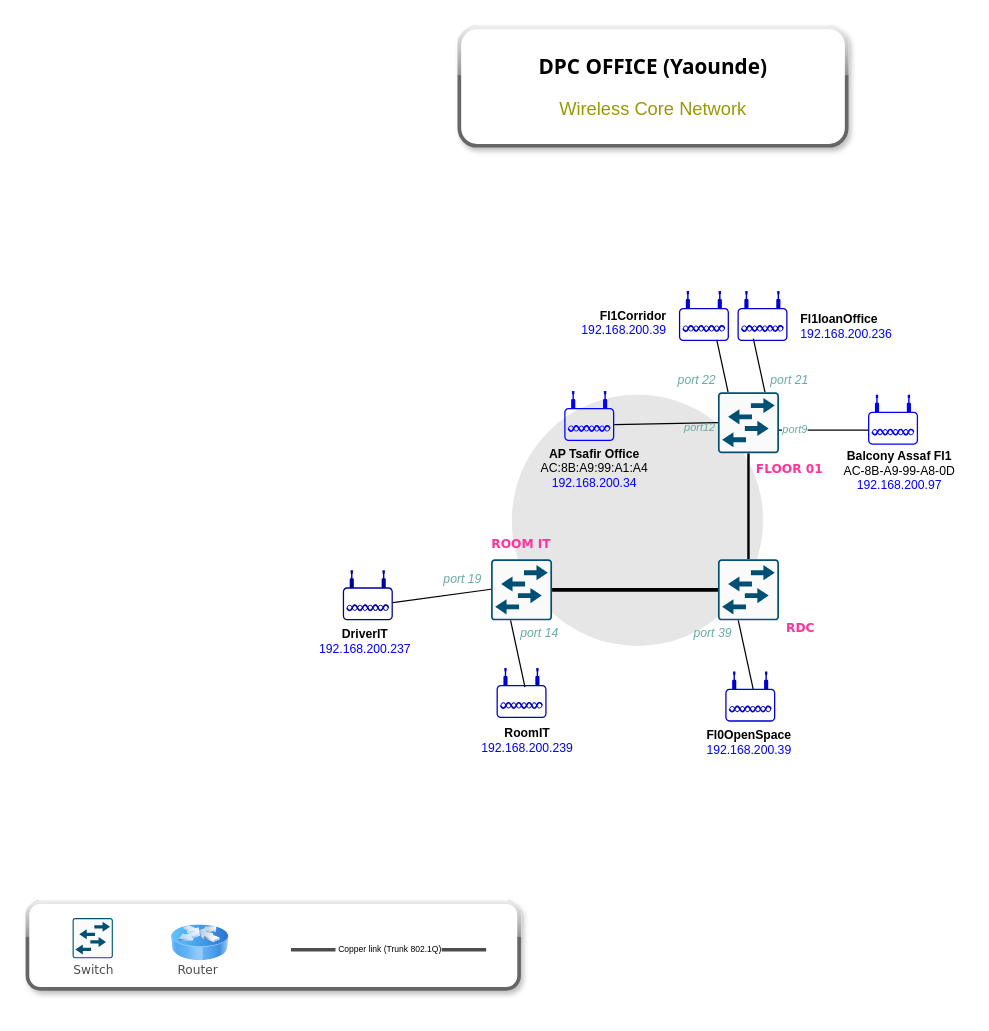
tetndoh/eshop keeps this draw.io diagram as page "Wireless_Dist" (3 of 4) of DPC Network Diagram.drawio. Above is the earlier version. Source tidied: cells renumbered, new cells numbered last; positions are measured from the earlier drawing's top-left corner, leaving out a move shared by most shapes. Both pictures are drawn from the tidied source at 122%, with x=0, y=0 at pixel (27, 27).
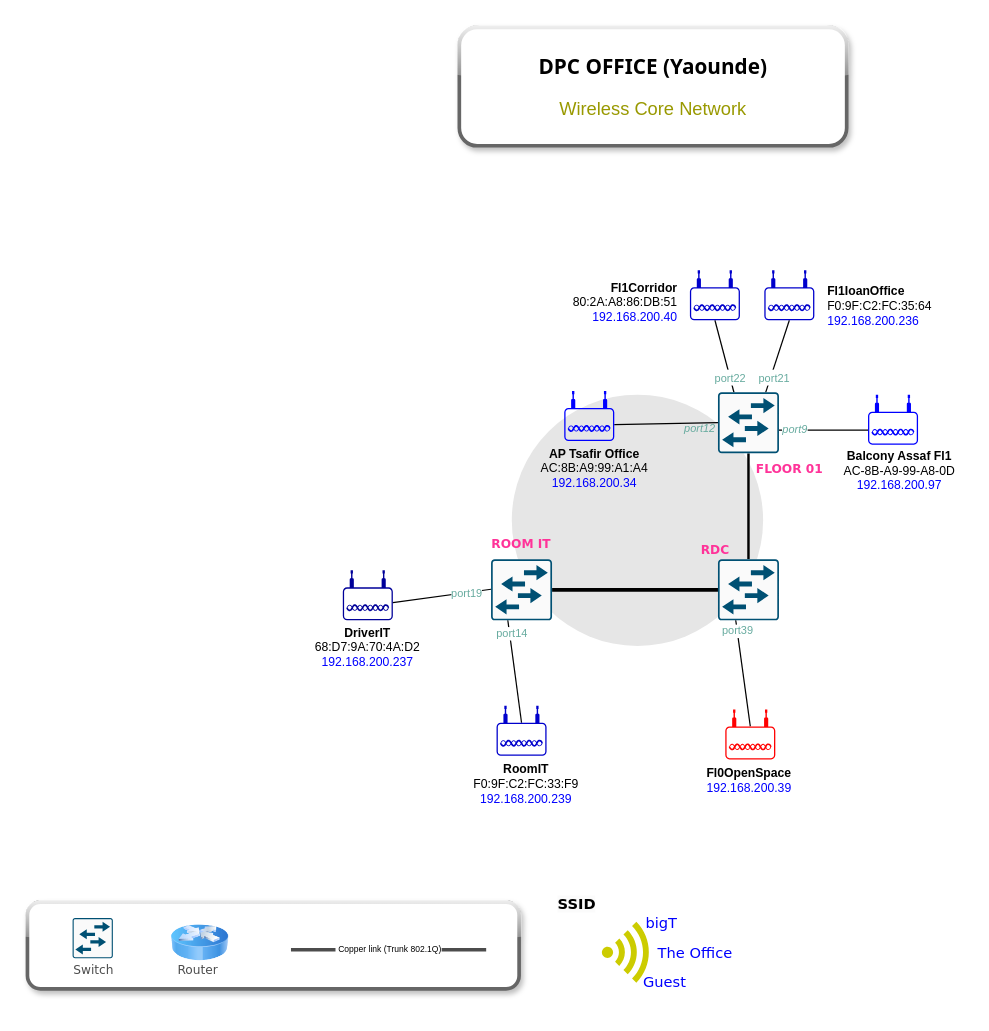
Above is the later version.

The change refers to these unchanged cells:
```xml
<mxCell id="29" style="points=[[0.015,0.015,0],[0.985,0.015,0],[0.985,0.985,0],[0.015,0.985,0],[0.25,0,0],[0.5,0,0],[0.75,0,0],[1,0.25,0],[1,0.5,0],[1,0.75,0],[0.75,1,0],[0.5,1,0],[0.25,1,0],[0,0.75,0],[0,0.5,0],[0,0.25,0]];verticalLabelPosition=bottom;html=1;verticalAlign=top;align=center;shape=mxgraph.cisco19.rect;prIcon=workgroup_switch;fillColor=#FAFAFA;strokeColor=#005073;rounded=1;" parent="1" vertex="1">
  <mxGeometry x="566" y="299" width="50" height="50" as="geometry" />
</mxCell>
<mxCell id="36" style="edgeStyle=none;rounded=1;orthogonalLoop=1;jettySize=auto;html=1;exitX=1;exitY=0.67;exitDx=0;exitDy=0;exitPerimeter=0;entryX=1;entryY=0.5;entryDx=0;entryDy=0;entryPerimeter=0;endArrow=none;endFill=0;" parent="1" edge="1">
  <mxGeometry relative="1" as="geometry">
    <mxPoint x="299.5" y="471.5" as="sourcePoint" />
    <mxPoint x="380" y="460.5" as="targetPoint" />
  </mxGeometry>
</mxCell>
<mxCell id="41" style="edgeStyle=none;rounded=1;jettySize=auto;html=1;exitX=0;exitY=0.5;exitDx=0;exitDy=0;exitPerimeter=0;endArrow=none;endFill=0;entryX=1;entryY=0.67;entryDx=0;entryDy=0;entryPerimeter=0;" parent="1" edge="1" source="29" target="47">
  <mxGeometry relative="1" as="geometry" />
</mxCell>
```

What changed in the source:
```diff
@@
-    <mxCell id="11" style="edgeStyle=none;rounded=1;orthogonalLoop=1;jettySize=auto;html=1;exitX=0;exitY=0.5;exitDx=0;exitDy=0;exitPerimeter=0;entryX=0.569;entryY=0.699;entryDx=0;entryDy=0;entryPerimeter=0;endArrow=none;endFill=0;" parent="1" edge="1">
-      <mxGeometry relative="1" as="geometry">
-        <mxPoint x="595" y="255" as="sourcePoint" />
-        <mxPoint x="613" y="338" as="targetPoint" />
-      </mxGeometry>
+    <mxCell id="11" style="edgeStyle=none;rounded=1;jettySize=auto;html=1;exitX=0.5;exitY=1;exitDx=0;exitDy=0;exitPerimeter=0;entryX=0.612;entryY=0.522;entryDx=0;entryDy=0;entryPerimeter=0;endArrow=none;endFill=0;" parent="1" edge="1" source="21" target="29">
+      <mxGeometry relative="1" as="geometry" />
     </mxCell>
+    <mxCell id="49" value="&lt;font style=&quot;font-size: 9px; color: rgb(103, 171, 159);&quot;&gt;port21&lt;/font&gt;" style="edgeLabel;html=1;align=center;verticalAlign=middle;" parent="11" vertex="1">
+      <mxGeometry x="-0.04" y="1" relative="1" as="geometry">
+        <mxPoint x="-1" y="5" as="offset" />
+      </mxGeometry>
+    </mxCell>
-    <mxCell id="12" style="edgeStyle=none;rounded=1;orthogonalLoop=1;jettySize=auto;html=1;exitX=0;exitY=0.5;exitDx=0;exitDy=0;exitPerimeter=0;entryX=0.569;entryY=0.699;entryDx=0;entryDy=0;entryPerimeter=0;endArrow=none;endFill=0;" parent="1" edge="1">
-      <mxGeometry relative="1" as="geometry">
-        <mxPoint x="565" y="256" as="sourcePoint" />
-        <mxPoint x="583" y="339" as="targetPoint" />
-      </mxGeometry>
+    <mxCell id="12" style="edgeStyle=none;rounded=1;jettySize=auto;html=1;exitX=0.5;exitY=1;exitDx=0;exitDy=0;exitPerimeter=0;entryX=0.366;entryY=0.398;entryDx=0;entryDy=0;entryPerimeter=0;endArrow=none;endFill=0;" parent="1" edge="1" source="22" target="29">
+      <mxGeometry relative="1" as="geometry" />
     </mxCell>
+    <mxCell id="50" value="&lt;font style=&quot;font-size: 9px; color: rgb(103, 171, 159);&quot;&gt;port22&lt;/font&gt;" style="edgeLabel;html=1;align=center;verticalAlign=middle;" parent="12" vertex="1">
+      <mxGeometry x="-0.02" y="1" relative="1" as="geometry">
+        <mxPoint x="1" y="8" as="offset" />
+      </mxGeometry>
+    </mxCell>
-    <mxCell id="13" style="edgeStyle=none;rounded=1;orthogonalLoop=1;jettySize=auto;html=1;exitX=0;exitY=0.5;exitDx=0;exitDy=0;exitPerimeter=0;entryX=0.569;entryY=0.699;entryDx=0;entryDy=0;entryPerimeter=0;endArrow=none;endFill=0;" parent="1" edge="1">
+    <mxCell id="13" style="edgeStyle=none;rounded=1;jettySize=auto;html=1;exitX=0;exitY=0.5;exitDx=0;exitDy=0;exitPerimeter=0;entryX=0.5;entryY=0.34;entryDx=0;entryDy=0;entryPerimeter=0;endArrow=none;endFill=0;" parent="1" edge="1" target="19">
       <mxGeometry relative="1" as="geometry">
         <mxPoint x="577" y="460" as="sourcePoint" />
-        <mxPoint x="595" y="543" as="targetPoint" />
       </mxGeometry>
     </mxCell>
+    <mxCell id="51" value="port39" style="edgeLabel;html=1;align=center;verticalAlign=middle;fontSize=9;fontColor=#67AB9F;" parent="13" vertex="1">
+      <mxGeometry x="-0.39" relative="1" as="geometry" />
+    </mxCell>
-    <mxCell id="14" style="edgeStyle=none;rounded=1;orthogonalLoop=1;jettySize=auto;html=1;exitX=0;exitY=0.5;exitDx=0;exitDy=0;exitPerimeter=0;entryX=0.569;entryY=0.699;entryDx=0;entryDy=0;entryPerimeter=0;endArrow=none;endFill=0;" parent="1" edge="1">
+    <mxCell id="14" style="edgeStyle=none;rounded=1;jettySize=auto;html=1;exitX=0;exitY=0.5;exitDx=0;exitDy=0;exitPerimeter=0;entryX=0.5;entryY=0.34;entryDx=0;entryDy=0;entryPerimeter=0;endArrow=none;endFill=0;" parent="1" edge="1" target="20">
       <mxGeometry relative="1" as="geometry">
         <mxPoint x="390" y="458" as="sourcePoint" />
-        <mxPoint x="407.8" y="540.7" as="targetPoint" />
       </mxGeometry>
     </mxCell>
+    <mxCell id="52" value="port14" style="edgeLabel;html=1;align=center;verticalAlign=middle;fontSize=9;fontColor=#67AB9F;" parent="14" vertex="1">
+      <mxGeometry x="-0.31" y="1" relative="1" as="geometry" />
+    </mxCell>
@@
-    <mxCell id="19" style="points=[[0.03,0.36,0],[0.18,0,0],[0.5,0.34,0],[0.82,0,0],[0.97,0.36,0],[1,0.67,0],[0.975,0.975,0],[0.5,1,0],[0.025,0.975,0],[0,0.67,0]];verticalLabelPosition=bottom;html=1;verticalAlign=top;align=center;shape=mxgraph.cisco19.wireless_access_point;fillColor=#0000CC;strokeColor=none;fontColor=#666666;rounded=1;" parent="1" vertex="1">
-      <mxGeometry x="572" y="528" width="41" height="41" as="geometry" />
+    <mxCell id="19" style="points=[[0.03,0.36,0],[0.18,0,0],[0.5,0.34,0],[0.82,0,0],[0.97,0.36,0],[1,0.67,0],[0.975,0.975,0],[0.5,1,0],[0.025,0.975,0],[0,0.67,0]];verticalLabelPosition=bottom;html=1;verticalAlign=top;align=center;shape=mxgraph.cisco19.wireless_access_point;fillColor=#FF0000;strokeColor=none;fontColor=#666666;rounded=1;" parent="1" vertex="1">
+      <mxGeometry x="572" y="559" width="41" height="41" as="geometry" />
     </mxCell>
     <mxCell id="20" style="points=[[0.03,0.36,0],[0.18,0,0],[0.5,0.34,0],[0.82,0,0],[0.97,0.36,0],[1,0.67,0],[0.975,0.975,0],[0.5,1,0],[0.025,0.975,0],[0,0.67,0]];verticalLabelPosition=bottom;html=1;verticalAlign=top;align=center;shape=mxgraph.cisco19.wireless_access_point;fillColor=#0000CC;strokeColor=none;fontColor=#666666;rounded=1;" parent="1" vertex="1">
-      <mxGeometry x="384.5" y="525" width="41" height="41" as="geometry" />
+      <mxGeometry x="384.5" y="556" width="41" height="41" as="geometry" />
     </mxCell>
     <mxCell id="21" style="points=[[0.03,0.36,0],[0.18,0,0],[0.5,0.34,0],[0.82,0,0],[0.97,0.36,0],[1,0.67,0],[0.975,0.975,0],[0.5,1,0],[0.025,0.975,0],[0,0.67,0]];verticalLabelPosition=bottom;html=1;verticalAlign=top;align=center;shape=mxgraph.cisco19.wireless_access_point;fillColor=#0000CC;strokeColor=none;fontColor=#666666;rounded=1;" parent="1" vertex="1">
-      <mxGeometry x="582" y="216" width="41" height="41" as="geometry" />
+      <mxGeometry x="604" y="199" width="41" height="41" as="geometry" />
     </mxCell>
     <mxCell id="22" style="points=[[0.03,0.36,0],[0.18,0,0],[0.5,0.34,0],[0.82,0,0],[0.97,0.36,0],[1,0.67,0],[0.975,0.975,0],[0.5,1,0],[0.025,0.975,0],[0,0.67,0]];verticalLabelPosition=bottom;html=1;verticalAlign=top;align=center;shape=mxgraph.cisco19.wireless_access_point;fillColor=#0000CC;strokeColor=none;fontColor=#666666;rounded=1;" parent="1" vertex="1">
-      <mxGeometry x="534" y="216" width="41" height="41" as="geometry" />
+      <mxGeometry x="543" y="199" width="41" height="41" as="geometry" />
     </mxCell>
     <mxCell id="23" value="&lt;b&gt;Fl0OpenSpace&lt;/b&gt;&lt;br style=&quot;font-size: 10px;&quot;&gt;&lt;font color=&quot;#0000ff&quot; style=&quot;font-size: 10px;&quot;&gt;192.168.200.39&lt;/font&gt;" style="text;strokeColor=none;align=left;fillColor=none;html=1;verticalAlign=middle;whiteSpace=wrap;rounded=1;fontSize=10;" parent="1" vertex="1">
-      <mxGeometry x="555" y="571" width="114" height="30" as="geometry" />
+      <mxGeometry x="555" y="602" width="114" height="30" as="geometry" />
     </mxCell>
-    <mxCell id="24" value="&lt;b&gt;Fl1Corridor&lt;/b&gt;&lt;br style=&quot;font-size: 10px;&quot;&gt;&lt;font color=&quot;#0000ff&quot; style=&quot;font-size: 10px;&quot;&gt;192.168.200.39&lt;/font&gt;" style="text;strokeColor=none;align=right;fillColor=none;html=1;verticalAlign=middle;whiteSpace=wrap;rounded=1;fontSize=10;" parent="1" vertex="1">
-      <mxGeometry x="412" y="227" width="114" height="30" as="geometry" />
+    <mxCell id="24" value="&lt;b&gt;Fl1Corridor&lt;br&gt;&lt;/b&gt;80:2A:A8:86:DB:51&lt;br style=&quot;font-size: 10px;&quot;&gt;&lt;font color=&quot;#0000ff&quot; style=&quot;font-size: 10px;&quot;&gt;192.168.200.40&lt;/font&gt;" style="text;strokeColor=none;align=right;fillColor=none;html=1;verticalAlign=middle;whiteSpace=wrap;rounded=1;fontSize=10;" parent="1" vertex="1">
+      <mxGeometry x="421" y="210" width="114" height="30" as="geometry" />
     </mxCell>
-    <mxCell id="25" value="&lt;b&gt;Fl1IoanOffice&lt;/b&gt;&lt;br style=&quot;font-size: 10px;&quot;&gt;&lt;font color=&quot;#0000ff&quot; style=&quot;font-size: 10px;&quot;&gt;192.168.200.236&lt;/font&gt;" style="text;strokeColor=none;align=left;fillColor=none;html=1;verticalAlign=middle;whiteSpace=wrap;rounded=1;fontSize=10;" parent="1" vertex="1">
-      <mxGeometry x="632" y="230" width="114" height="30" as="geometry" />
+    <mxCell id="25" value="&lt;b&gt;Fl1IoanOffice&lt;br&gt;&lt;/b&gt;F0:9F:C2:FC:35:64&lt;br style=&quot;font-size: 10px;&quot;&gt;&lt;font color=&quot;#0000ff&quot; style=&quot;font-size: 10px;&quot;&gt;192.168.200.236&lt;/font&gt;" style="text;strokeColor=none;align=left;fillColor=none;html=1;verticalAlign=middle;whiteSpace=wrap;rounded=1;fontSize=10;" parent="1" vertex="1">
+      <mxGeometry x="654" y="213" width="114" height="30" as="geometry" />
     </mxCell>
-    <mxCell id="26" value="&lt;b&gt;DriverIT&lt;/b&gt;&lt;br style=&quot;font-size: 10px;&quot;&gt;&lt;font color=&quot;#0000ff&quot; style=&quot;font-size: 10px;&quot;&gt;192.168.200.237&lt;/font&gt;" style="text;strokeColor=none;align=center;fillColor=none;html=1;verticalAlign=middle;whiteSpace=wrap;rounded=1;fontSize=10;" parent="1" vertex="1">
-      <mxGeometry x="220" y="488" width="114" height="30" as="geometry" />
+    <mxCell id="26" value="&lt;b&gt;DriverIT&lt;br&gt;&lt;/b&gt;68:D7:9A:70:4A:D2&lt;br style=&quot;font-size: 10px;&quot;&gt;&lt;font color=&quot;#0000ff&quot; style=&quot;font-size: 10px;&quot;&gt;192.168.200.237&lt;/font&gt;" style="text;strokeColor=none;align=center;fillColor=none;html=1;verticalAlign=middle;whiteSpace=wrap;rounded=1;fontSize=10;" parent="1" vertex="1">
+      <mxGeometry x="222" y="493" width="114" height="30" as="geometry" />
     </mxCell>
@@
-    <mxCell id="30" value="&lt;i&gt;port 39&lt;/i&gt;" style="text;strokeColor=none;align=center;fillColor=none;html=1;verticalAlign=middle;whiteSpace=wrap;rounded=1;fontSize=10;fontColor=#67AB9F;" parent="1" vertex="1">
-      <mxGeometry x="539" y="488" width="46" height="15" as="geometry" />
-    </mxCell>
-    <mxCell id="31" value="&lt;i&gt;port 22&lt;/i&gt;" style="text;strokeColor=none;align=center;fillColor=none;html=1;verticalAlign=middle;whiteSpace=wrap;rounded=1;fontSize=10;fontColor=#67AB9F;" parent="1" vertex="1">
-      <mxGeometry x="526" y="281" width="46" height="15" as="geometry" />
-    </mxCell>
-    <mxCell id="32" value="&lt;i&gt;port 21&lt;/i&gt;" style="text;strokeColor=none;align=center;fillColor=none;html=1;verticalAlign=middle;whiteSpace=wrap;rounded=1;fontSize=10;fontColor=#67AB9F;" parent="1" vertex="1">
-      <mxGeometry x="602" y="281" width="46" height="15" as="geometry" />
-    </mxCell>
@@
-    <mxCell id="34" value="&lt;b&gt;RoomIT&lt;/b&gt;&lt;br style=&quot;font-size: 10px;&quot;&gt;&lt;font color=&quot;#0000ff&quot; style=&quot;font-size: 10px;&quot;&gt;192.168.200.239&lt;/font&gt;" style="text;strokeColor=none;align=center;fillColor=none;html=1;verticalAlign=middle;whiteSpace=wrap;rounded=1;fontSize=10;" parent="1" vertex="1">
-      <mxGeometry x="353" y="569" width="114" height="30" as="geometry" />
+    <mxCell id="34" value="&lt;b&gt;RoomIT&lt;br&gt;&lt;/b&gt;F0:9F:C2:FC:33:F9&lt;br style=&quot;font-size: 10px;&quot;&gt;&lt;font color=&quot;#0000ff&quot; style=&quot;font-size: 10px;&quot;&gt;192.168.200.239&lt;/font&gt;" style="text;strokeColor=none;align=center;fillColor=none;html=1;verticalAlign=middle;whiteSpace=wrap;rounded=1;fontSize=10;" parent="1" vertex="1">
+      <mxGeometry x="352" y="605" width="114" height="30" as="geometry" />
     </mxCell>
-    <mxCell id="35" value="&lt;i&gt;port 14&lt;/i&gt;" style="text;strokeColor=none;align=center;fillColor=none;html=1;verticalAlign=middle;whiteSpace=wrap;rounded=1;fontSize=10;fontColor=#67AB9F;" parent="1" vertex="1">
-      <mxGeometry x="397" y="488" width="46" height="15" as="geometry" />
-    </mxCell>
@@
-    <mxCell id="37" value="&lt;i&gt;port 19&lt;/i&gt;" style="text;strokeColor=none;align=center;fillColor=none;html=1;verticalAlign=middle;whiteSpace=wrap;rounded=1;fontSize=10;fontColor=#67AB9F;" parent="1" vertex="1">
-      <mxGeometry x="334" y="444" width="46" height="15" as="geometry" />
-    </mxCell>
+    <mxCell id="53" value="port19" style="edgeLabel;html=1;align=center;verticalAlign=middle;fontSize=9;fontColor=#67AB9F;" parent="36" vertex="1">
+      <mxGeometry x="0.49" relative="1" as="geometry" />
+    </mxCell>
@@
     <mxCell id="39" value="&lt;b&gt;RDC&lt;/b&gt;" style="text;strokeColor=none;align=center;fillColor=none;html=1;verticalAlign=middle;whiteSpace=wrap;rounded=1;fontSize=10;fontFamily=Verdana;fontColor=#FF3399;" parent="1" vertex="1">
-      <mxGeometry x="577" y="477" width="114" height="30" as="geometry" />
+      <mxGeometry x="506.5" y="413" width="114" height="30" as="geometry" />
     </mxCell>
@@
-    <mxCell id="42" value="&lt;font style=&quot;font-size: 9px; color: rgb(103, 171, 159);&quot;&gt;&lt;i&gt;port12&lt;/i&gt;&lt;/font&gt;" style="edgeLabel;html=1;align=center;verticalAlign=middle;labelBackgroundColor=none;" parent="41" vertex="1">
+    <mxCell id="42" value="&lt;font style=&quot;color: rgb(103, 171, 159);&quot;&gt;&lt;i&gt;port12&lt;/i&gt;&lt;/font&gt;" style="edgeLabel;html=1;align=center;verticalAlign=middle;labelBackgroundColor=none;fontSize=9;" parent="41" vertex="1">
       <mxGeometry x="-0.56" y="-1" relative="1" as="geometry">
-        <mxPoint x="4" y="3" as="offset" />
+        <mxPoint x="4" y="5" as="offset" />
       </mxGeometry>
     </mxCell>
@@
+    <mxCell id="54" style="sketch=0;shadow=0;dashed=0;html=1;strokeColor=none;labelPosition=center;verticalLabelPosition=bottom;verticalAlign=top;align=center;fillColor=#CCCC00;shape=mxgraph.mscae.enterprise.wireless_connection;rotation=0;" parent="1" vertex="1">
+      <mxGeometry x="470.8" y="733" width="42" height="50" as="geometry" />
+    </mxCell>
+    <mxCell id="55" value="bigT" style="text;whiteSpace=wrap;html=1;fontFamily=Verdana;fontColor=#0000FF;" parent="1" vertex="1">
+      <mxGeometry x="504.8" y="721" width="56" height="36" as="geometry" />
+    </mxCell>
+    <mxCell id="56" value="&#10;&lt;b style=&quot;border-color: var(--border-color); font-size: 12px; font-style: normal; font-variant-ligatures: normal; font-variant-caps: normal; letter-spacing: normal; orphans: 2; text-align: left; text-indent: 0px; text-transform: none; widows: 2; word-spacing: 0px; -webkit-text-stroke-width: 0px; background-color: rgb(251, 251, 251); text-decoration-thickness: initial; text-decoration-style: initial; text-decoration-color: initial;&quot;&gt;SSID&lt;/b&gt;&#10;&#10;" style="text;whiteSpace=wrap;html=1;fontFamily=Verdana;fontColor=#000000;" parent="1" vertex="1">
+      <mxGeometry x="432.8" y="691" width="56" height="36" as="geometry" />
+    </mxCell>
+    <mxCell id="57" value="The Office" style="text;whiteSpace=wrap;html=1;fontFamily=Verdana;fontColor=#0000FF;" parent="1" vertex="1">
+      <mxGeometry x="514.8" y="745" width="78" height="36" as="geometry" />
+    </mxCell>
+    <mxCell id="58" value="Guest" style="text;whiteSpace=wrap;html=1;fontFamily=Verdana;fontColor=#0000FF;" parent="1" vertex="1">
+      <mxGeometry x="502.8" y="769" width="78" height="36" as="geometry" />
+    </mxCell>
```
